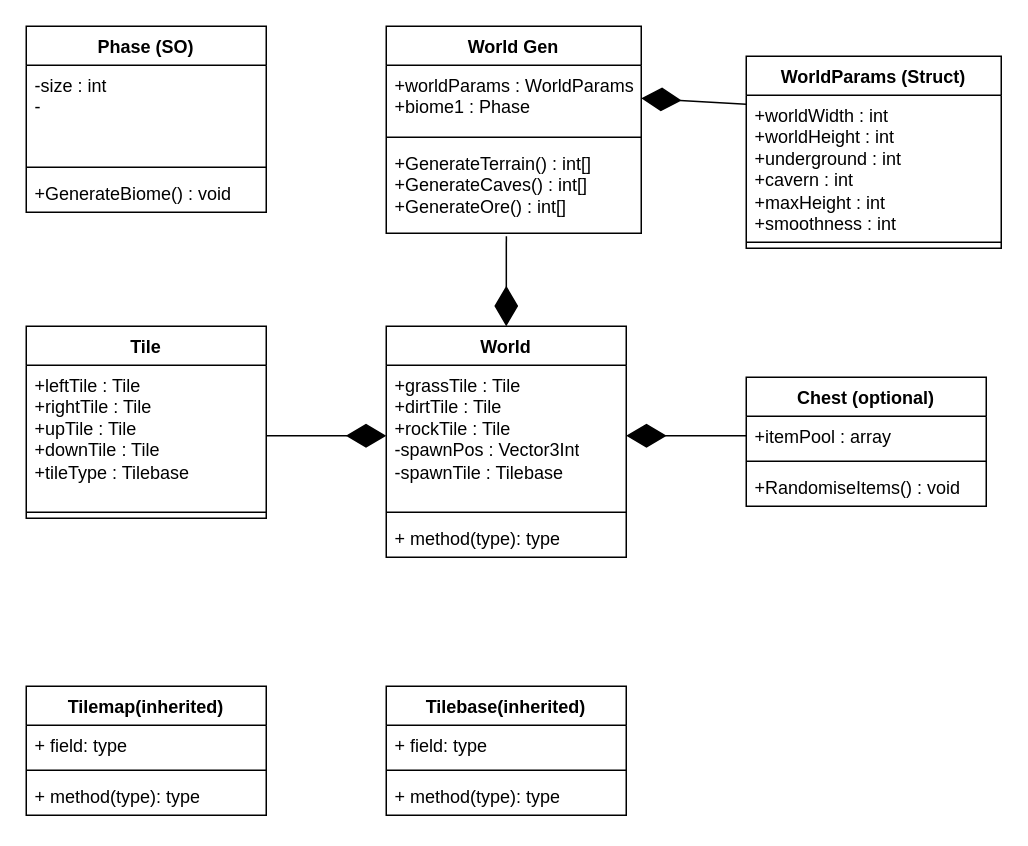
Earlier version of the draw.io diagram HighLevelUML.drawio (AlexIzak/ProcGenTool). Source tidied: cells renumbered, new cells numbered last; positions are measured from the earlier drawing's top-left corner, leaving out a move shared by most shapes. Both pictures are drawn from the tidied source at 150%, with x=0, y=0 at pixel (26, 26).
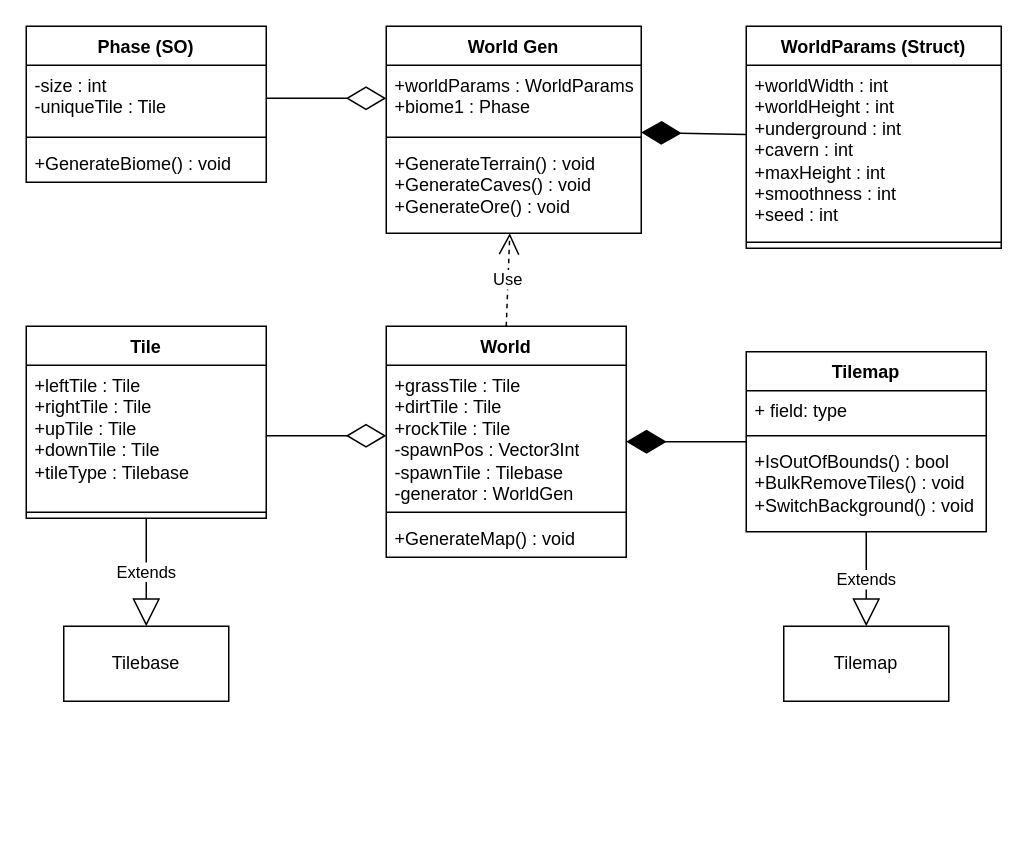
The same page after the edit.

The change refers to these unchanged cells:
```xml
<mxCell id="2" value="World Gen" style="swimlane;fontStyle=1;align=center;verticalAlign=top;horizontal=1;startSize=26;whiteSpace=wrap;html=1;" parent="1" vertex="1">
  <mxGeometry x="240" width="170" height="138" as="geometry" />
</mxCell>
<mxCell id="3" value="&lt;div&gt;+worldParams : WorldParams&lt;/div&gt;&lt;div&gt;+biome1 : Phase&lt;/div&gt;" style="text;strokeColor=none;fillColor=none;align=left;verticalAlign=top;spacingLeft=4;spacingRight=4;overflow=hidden;points=[[0,0.5],[1,0.5]];portConstraint=eastwest;whiteSpace=wrap;html=1;" parent="2" vertex="1">
  <mxGeometry y="26" width="170" height="44" as="geometry" />
</mxCell>
<mxCell id="6" value="Tile" style="swimlane;fontStyle=1;align=center;verticalAlign=top;horizontal=1;startSize=26;whiteSpace=wrap;html=1;" parent="1" vertex="1">
  <mxGeometry y="200" width="160" height="128" as="geometry" />
</mxCell>
<mxCell id="7" value="+leftTile : Tile&lt;div&gt;+rightTile : Tile&lt;/div&gt;&lt;div&gt;+upTile : Tile&lt;/div&gt;&lt;div&gt;+downTile : Tile&lt;br&gt;&lt;div&gt;+tileType : Tilebase&lt;/div&gt;&lt;/div&gt;" style="text;strokeColor=none;fillColor=none;align=left;verticalAlign=top;spacingLeft=4;spacingRight=4;overflow=hidden;points=[[0,0.5],[1,0.5]];portConstraint=eastwest;whiteSpace=wrap;html=1;" parent="6" vertex="1">
  <mxGeometry y="26" width="160" height="94" as="geometry" />
</mxCell>
<mxCell id="17" value="World" style="swimlane;fontStyle=1;align=center;verticalAlign=top;horizontal=1;startSize=26;whiteSpace=wrap;html=1;" parent="1" vertex="1">
  <mxGeometry x="240" y="200" width="160" height="154" as="geometry" />
</mxCell>
```

Diff of the diagram source:
```diff
@@
-    <mxCell id="5" value="+GenerateTerrain() : int[]&lt;div&gt;+GenerateCaves() : int[]&lt;/div&gt;&lt;div&gt;+GenerateOre() : int[]&lt;/div&gt;" style="text;strokeColor=none;fillColor=none;align=left;verticalAlign=top;spacingLeft=4;spacingRight=4;overflow=hidden;points=[[0,0.5],[1,0.5]];portConstraint=eastwest;whiteSpace=wrap;html=1;" parent="2" vertex="1">
+    <mxCell id="5" value="+GenerateTerrain() : void&lt;div&gt;+GenerateCaves() : void&lt;/div&gt;&lt;div&gt;+GenerateOre() : void&lt;/div&gt;" style="text;strokeColor=none;fillColor=none;align=left;verticalAlign=top;spacingLeft=4;spacingRight=4;overflow=hidden;points=[[0,0.5],[1,0.5]];portConstraint=eastwest;whiteSpace=wrap;html=1;" parent="2" vertex="1">
       <mxGeometry y="78" width="170" height="60" as="geometry" />
     </mxCell>
@@
     <mxCell id="9" value="WorldParams (Struct)" style="swimlane;fontStyle=1;align=center;verticalAlign=top;horizontal=1;startSize=26;whiteSpace=wrap;html=1;" parent="1" vertex="1">
-      <mxGeometry x="480" y="20" width="170" height="128" as="geometry" />
+      <mxGeometry x="480" width="170" height="148" as="geometry" />
     </mxCell>
-    <mxCell id="10" value="+worldWidth : int&lt;div&gt;+worldHeight : int&lt;/div&gt;&lt;div&gt;+underground : int&lt;/div&gt;&lt;div&gt;+cavern : int&lt;/div&gt;&lt;div&gt;+maxHeight : int&lt;/div&gt;&lt;div&gt;+smoothness : int&lt;/div&gt;" style="text;strokeColor=none;fillColor=none;align=left;verticalAlign=top;spacingLeft=4;spacingRight=4;overflow=hidden;whiteSpace=wrap;html=1;" parent="9" vertex="1">
-      <mxGeometry y="26" width="170" height="94" as="geometry" />
+    <mxCell id="10" value="+worldWidth : int&lt;div&gt;+worldHeight : int&lt;/div&gt;&lt;div&gt;+underground : int&lt;/div&gt;&lt;div&gt;+cavern : int&lt;/div&gt;&lt;div&gt;+maxHeight : int&lt;/div&gt;&lt;div&gt;+smoothness : int&lt;/div&gt;&lt;div&gt;+seed : int&lt;/div&gt;" style="text;strokeColor=none;fillColor=none;align=left;verticalAlign=top;spacingLeft=4;spacingRight=4;overflow=hidden;whiteSpace=wrap;html=1;" parent="9" vertex="1">
+      <mxGeometry y="26" width="170" height="114" as="geometry" />
     </mxCell>
     <mxCell id="11" style="line;strokeWidth=1;fillColor=none;align=left;verticalAlign=middle;spacingTop=-1;spacingLeft=3;spacingRight=3;labelPosition=right;strokeColor=inherit;" parent="9" vertex="1">
-      <mxGeometry y="120" width="170" height="8" as="geometry" />
+      <mxGeometry y="140" width="170" height="8" as="geometry" />
     </mxCell>
-    <mxCell id="12" value="Chest (optional)" style="swimlane;fontStyle=1;align=center;verticalAlign=top;horizontal=1;startSize=26;whiteSpace=wrap;html=1;" parent="1" vertex="1">
-      <mxGeometry x="480" y="234" width="160" height="86" as="geometry" />
-    </mxCell>
-    <mxCell id="13" value="+itemPool : array" style="text;strokeColor=none;fillColor=none;align=left;verticalAlign=top;spacingLeft=4;spacingRight=4;overflow=hidden;points=[[0,0.5],[1,0.5]];portConstraint=eastwest;whiteSpace=wrap;html=1;" parent="12" vertex="1">
-      <mxGeometry y="26" width="160" height="26" as="geometry" />
-    </mxCell>
-    <mxCell id="14" style="line;strokeWidth=1;fillColor=none;align=left;verticalAlign=middle;spacingTop=-1;spacingLeft=3;spacingRight=3;labelPosition=right;strokeColor=inherit;" parent="12" vertex="1">
-      <mxGeometry y="52" width="160" height="8" as="geometry" />
-    </mxCell>
-    <mxCell id="15" value="+RandomiseItems() : void" style="text;strokeColor=none;fillColor=none;align=left;verticalAlign=top;spacingLeft=4;spacingRight=4;overflow=hidden;whiteSpace=wrap;html=1;" parent="12" vertex="1">
-      <mxGeometry y="60" width="160" height="26" as="geometry" />
-    </mxCell>
-    <mxCell id="16" style="endArrow=diamondThin;endFill=1;endSize=24;html=1;rounded=0;exitX=0;exitY=0.25;exitDx=0;exitDy=0;entryX=1;entryY=0.5;entryDx=0;entryDy=0;" parent="1" edge="1" source="9" target="3">
+    <mxCell id="16" style="endArrow=diamondThin;endFill=1;endSize=24;html=1;rounded=0;" parent="1" edge="1" source="9" target="2">
       <mxGeometry relative="1" as="geometry" />
     </mxCell>
@@
-    <mxCell id="18" value="+grassTile : Tile&lt;div&gt;+dirtTile : Tile&lt;/div&gt;&lt;div&gt;+rockTile : Tile&lt;/div&gt;&lt;div&gt;-spawnPos : Vector3Int&lt;/div&gt;&lt;div&gt;-spawnTile : Tilebase&lt;/div&gt;" style="text;strokeColor=none;fillColor=none;align=left;verticalAlign=top;spacingLeft=4;spacingRight=4;overflow=hidden;points=[[0,0.5],[1,0.5]];portConstraint=eastwest;whiteSpace=wrap;html=1;" parent="17" vertex="1">
+    <mxCell id="18" value="+grassTile : Tile&lt;div&gt;+dirtTile : Tile&lt;/div&gt;&lt;div&gt;+rockTile : Tile&lt;/div&gt;&lt;div&gt;-spawnPos : Vector3Int&lt;/div&gt;&lt;div&gt;-spawnTile : Tilebase&lt;/div&gt;&lt;div&gt;-generator : WorldGen&lt;/div&gt;" style="text;strokeColor=none;fillColor=none;align=left;verticalAlign=top;spacingLeft=4;spacingRight=4;overflow=hidden;points=[[0,0.5],[1,0.5]];portConstraint=eastwest;whiteSpace=wrap;html=1;" parent="17" vertex="1">
       <mxGeometry y="26" width="160" height="94" as="geometry" />
     </mxCell>
@@
-    <mxCell id="20" value="+ method(type): type" style="text;strokeColor=none;fillColor=none;align=left;verticalAlign=top;spacingLeft=4;spacingRight=4;overflow=hidden;whiteSpace=wrap;html=1;" parent="17" vertex="1">
+    <mxCell id="20" value="+GenerateMap() : void" style="text;strokeColor=none;fillColor=none;align=left;verticalAlign=top;spacingLeft=4;spacingRight=4;overflow=hidden;whiteSpace=wrap;html=1;" parent="17" vertex="1">
       <mxGeometry y="128" width="160" height="26" as="geometry" />
     </mxCell>
-    <mxCell id="21" style="endArrow=diamondThin;endFill=1;endSize=24;html=1;rounded=0;entryX=0;entryY=0.5;entryDx=0;entryDy=0;exitX=1;exitY=0.5;exitDx=0;exitDy=0;" parent="1" edge="1" source="7" target="18">
-      <mxGeometry relative="1" as="geometry" />
-    </mxCell>
-    <mxCell id="22" style="endArrow=diamondThin;endFill=1;endSize=24;html=1;rounded=0;entryX=0.5;entryY=0;entryDx=0;entryDy=0;exitX=0.471;exitY=1.033;exitDx=0;exitDy=0;exitPerimeter=0;" parent="1" edge="1" source="5" target="17">
-      <mxGeometry relative="1" as="geometry" />
-    </mxCell>
-    <mxCell id="23" style="endArrow=diamondThin;endFill=1;endSize=24;html=1;rounded=0;entryX=1;entryY=0.5;entryDx=0;entryDy=0;exitX=0;exitY=0.5;exitDx=0;exitDy=0;" parent="1" edge="1" source="13" target="18">
-      <mxGeometry relative="1" as="geometry" />
-    </mxCell>
-    <mxCell id="24" value="Tilemap(inherited)" style="swimlane;fontStyle=1;align=center;verticalAlign=top;horizontal=1;startSize=26;whiteSpace=wrap;html=1;" parent="1" vertex="1">
-      <mxGeometry y="440" width="160" height="86" as="geometry" />
+    <mxCell id="24" value="Tilemap" style="swimlane;fontStyle=1;align=center;verticalAlign=top;horizontal=1;startSize=26;whiteSpace=wrap;html=1;" parent="1" vertex="1">
+      <mxGeometry x="480" y="217" width="160" height="120" as="geometry" />
     </mxCell>
@@
-    <mxCell id="27" value="+ method(type): type" style="text;strokeColor=none;fillColor=none;align=left;verticalAlign=top;spacingLeft=4;spacingRight=4;overflow=hidden;whiteSpace=wrap;html=1;" parent="24" vertex="1">
-      <mxGeometry y="60" width="160" height="26" as="geometry" />
+    <mxCell id="27" value="+IsOutOfBounds() : bool&lt;div&gt;+BulkRemoveTiles() : void&lt;/div&gt;&lt;div&gt;+SwitchBackground() : void&lt;/div&gt;" style="text;strokeColor=none;fillColor=none;align=left;verticalAlign=top;spacingLeft=4;spacingRight=4;overflow=hidden;whiteSpace=wrap;html=1;" parent="24" vertex="1">
+      <mxGeometry y="60" width="160" height="60" as="geometry" />
     </mxCell>
-    <mxCell id="28" value="Tilebase(inherited)" style="swimlane;fontStyle=1;align=center;verticalAlign=top;horizontal=1;startSize=26;whiteSpace=wrap;html=1;" parent="1" vertex="1">
-      <mxGeometry x="240" y="440" width="160" height="86" as="geometry" />
-    </mxCell>
-    <mxCell id="29" value="+ field: type" style="text;strokeColor=none;fillColor=none;align=left;verticalAlign=top;spacingLeft=4;spacingRight=4;overflow=hidden;whiteSpace=wrap;html=1;" parent="28" vertex="1">
-      <mxGeometry y="26" width="160" height="26" as="geometry" />
-    </mxCell>
-    <mxCell id="30" style="line;strokeWidth=1;fillColor=none;align=left;verticalAlign=middle;spacingTop=-1;spacingLeft=3;spacingRight=3;labelPosition=right;strokeColor=inherit;" parent="28" vertex="1">
-      <mxGeometry y="52" width="160" height="8" as="geometry" />
-    </mxCell>
-    <mxCell id="31" value="+ method(type): type" style="text;strokeColor=none;fillColor=none;align=left;verticalAlign=top;spacingLeft=4;spacingRight=4;overflow=hidden;whiteSpace=wrap;html=1;" parent="28" vertex="1">
-      <mxGeometry y="60" width="160" height="26" as="geometry" />
-    </mxCell>
     <mxCell id="32" value="Phase (SO)" style="swimlane;fontStyle=1;align=center;verticalAlign=top;horizontal=1;startSize=26;whiteSpace=wrap;html=1;" parent="1" vertex="1">
-      <mxGeometry width="160" height="124" as="geometry" />
+      <mxGeometry width="160" height="104" as="geometry" />
     </mxCell>
-    <mxCell id="33" value="-size : int&lt;div&gt;-&lt;/div&gt;" style="text;strokeColor=none;fillColor=none;align=left;verticalAlign=top;spacingLeft=4;spacingRight=4;overflow=hidden;points=[[0,0.5],[1,0.5]];portConstraint=eastwest;whiteSpace=wrap;html=1;" parent="32" vertex="1">
-      <mxGeometry y="26" width="160" height="64" as="geometry" />
+    <mxCell id="33" value="-size : int&lt;div&gt;-uniqueTile : Tile&lt;/div&gt;" style="text;strokeColor=none;fillColor=none;align=left;verticalAlign=top;spacingLeft=4;spacingRight=4;overflow=hidden;points=[[0,0.5],[1,0.5]];portConstraint=eastwest;whiteSpace=wrap;html=1;" parent="32" vertex="1">
+      <mxGeometry y="26" width="160" height="44" as="geometry" />
     </mxCell>
     <mxCell id="34" style="line;strokeWidth=1;fillColor=none;align=left;verticalAlign=middle;spacingTop=-1;spacingLeft=3;spacingRight=3;labelPosition=right;strokeColor=inherit;" parent="32" vertex="1">
-      <mxGeometry y="90" width="160" height="8" as="geometry" />
+      <mxGeometry y="70" width="160" height="8" as="geometry" />
     </mxCell>
     <mxCell id="35" value="+GenerateBiome() : void" style="text;strokeColor=none;fillColor=none;align=left;verticalAlign=top;spacingLeft=4;spacingRight=4;overflow=hidden;whiteSpace=wrap;html=1;" parent="32" vertex="1">
-      <mxGeometry y="98" width="160" height="26" as="geometry" />
+      <mxGeometry y="78" width="160" height="26" as="geometry" />
     </mxCell>
+    <mxCell id="21" style="endArrow=diamondThin;endFill=0;endSize=24;html=1;rounded=0;exitX=1;exitY=0.5;exitDx=0;exitDy=0;entryX=0;entryY=0.5;entryDx=0;entryDy=0;" parent="1" edge="1" source="7" target="18">
+      <mxGeometry relative="1" as="geometry" />
+    </mxCell>
+    <mxCell id="36" style="endArrow=diamondThin;endFill=0;endSize=24;html=1;rounded=0;exitX=1;exitY=0.5;exitDx=0;exitDy=0;entryX=0;entryY=0.5;entryDx=0;entryDy=0;" parent="1" edge="1" source="33" target="3">
+      <mxGeometry relative="1" as="geometry" />
+    </mxCell>
+    <mxCell id="37" value="Tilemap" style="html=1;whiteSpace=wrap;" parent="1" vertex="1">
+      <mxGeometry x="505" y="400" width="110" height="50" as="geometry" />
+    </mxCell>
+    <mxCell id="38" value="Tilebase" style="html=1;whiteSpace=wrap;" parent="1" vertex="1">
+      <mxGeometry x="25" y="400" width="110" height="50" as="geometry" />
+    </mxCell>
+    <mxCell id="39" value="Extends" style="endArrow=block;endSize=16;endFill=0;html=1;rounded=0;exitX=0.5;exitY=1;exitDx=0;exitDy=0;entryX=0.5;entryY=0;entryDx=0;entryDy=0;" parent="1" edge="1" source="6" target="38">
+      <mxGeometry relative="1" as="geometry" />
+    </mxCell>
+    <mxCell id="40" value="Extends" style="endArrow=block;endSize=16;endFill=0;html=1;rounded=0;entryX=0.5;entryY=0;entryDx=0;entryDy=0;edgeStyle=orthogonalEdgeStyle;" parent="1" edge="1" source="24" target="37">
+      <mxGeometry relative="1" as="geometry" />
+    </mxCell>
+    <mxCell id="41" style="endArrow=diamondThin;endFill=1;endSize=24;html=1;rounded=0;" parent="1" edge="1" source="24" target="17">
+      <mxGeometry relative="1" as="geometry" />
+    </mxCell>
+    <mxCell id="42" value="Use" style="endArrow=open;endSize=12;dashed=1;html=1;rounded=0;exitX=0.5;exitY=0;exitDx=0;exitDy=0;" parent="1" edge="1" source="17" target="2">
+      <mxGeometry relative="1" as="geometry" />
+    </mxCell>
```
